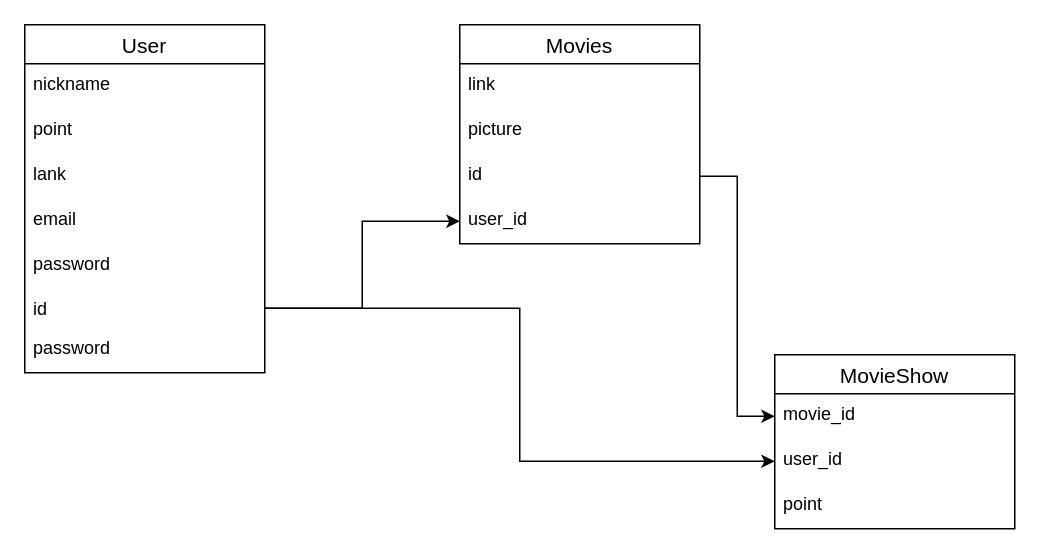
Above: database.dio in runba3011/tizer_system (draw.io), before the change. Source tidied: cells renumbered, new cells numbered last; positions are measured from the earlier drawing's top-left corner, leaving out a move shared by most shapes. Both pictures are drawn from the tidied source at 150%, with x=0, y=0 at pixel (24, 24).
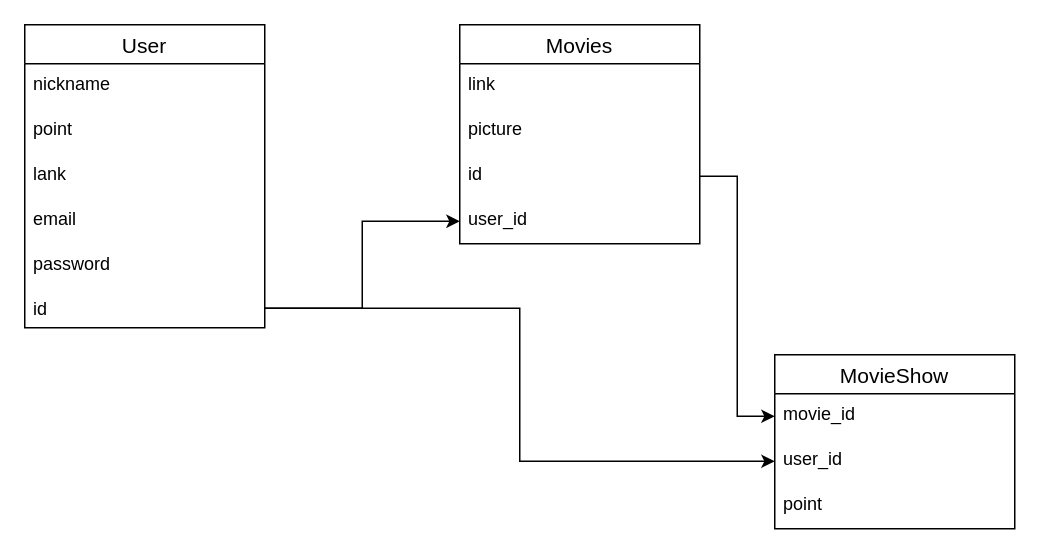
After the change.

Commit message (it also covers changes not shown here):
バリデーションの作成

Diff of the diagram source:
```diff
@@
     <mxCell id="2" value="User" style="swimlane;fontStyle=0;horizontal=1;startSize=26;align=center;fontSize=14;" parent="1" vertex="1">
-      <mxGeometry width="160" height="232" as="geometry" />
+      <mxGeometry width="160" height="202" as="geometry" />
     </mxCell>
@@
-    <mxCell id="9" value="password" style="text;strokeColor=none;fillColor=none;spacingLeft=4;spacingRight=4;overflow=hidden;fontSize=12;" parent="2" vertex="1">
-      <mxGeometry y="202" width="160" height="30" as="geometry" />
-    </mxCell>
```
